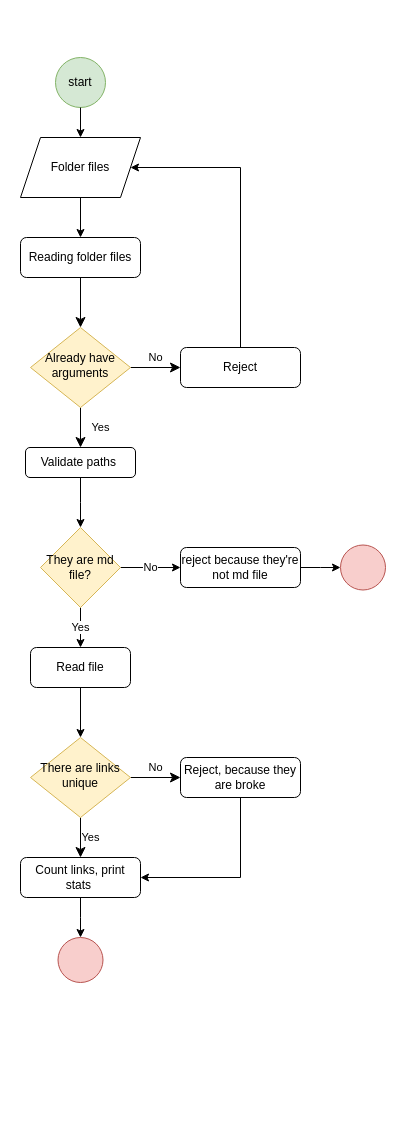
This is Untitled Diagram.drawio from Malejandraib/bog001-md-links, a draw.io file, before an edit. Source tidied: cells renumbered, new cells numbered last; positions are measured from the earlier drawing's top-left corner, leaving out a move shared by most shapes. Both pictures are drawn from the tidied source at 100%, with x=0, y=0 at pixel (20, 57).
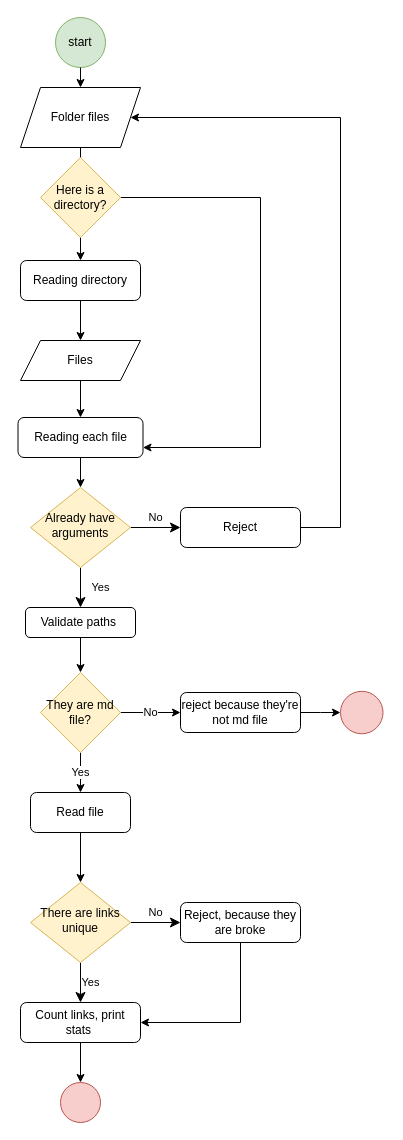
Above is the later version.

What changed in the source:
```diff
@@
-    <mxCell id="2" style="rounded=0;html=1;jettySize=auto;fontSize=11;endArrow=classic;endFill=1;endSize=8;strokeWidth=1;shadow=0;labelBackgroundColor=none;edgeStyle=orthogonalEdgeStyle;" parent="1" edge="1" source="3" target="6">
-      <mxGeometry relative="1" as="geometry" />
-    </mxCell>
+    <mxCell id="31" style="edgeStyle=orthogonalEdgeStyle;rounded=0;jettySize=auto;html=1;endArrow=classic;endFill=1;entryX=0.5;entryY=0;entryDx=0;entryDy=0;" parent="1" edge="1" source="3" target="34">
+      <mxGeometry relative="1" as="geometry" />
+    </mxCell>
-    <mxCell id="3" value="Reading folder files" style="rounded=1;whiteSpace=wrap;html=1;fontSize=12;glass=0;strokeWidth=1;shadow=0;" parent="1" vertex="1">
-      <mxGeometry y="180" width="120" height="40" as="geometry" />
+    <mxCell id="3" value="Reading directory" style="rounded=1;whiteSpace=wrap;html=1;fontSize=12;glass=0;strokeWidth=1;shadow=0;" parent="1" vertex="1">
+      <mxGeometry y="203" width="120" height="40" as="geometry" />
     </mxCell>
@@
     <mxCell id="6" value="Already have arguments" style="rhombus;whiteSpace=wrap;html=1;shadow=0;fontFamily=Helvetica;fontSize=12;align=center;strokeWidth=1;spacing=6;spacingTop=-4;fillColor=#fff2cc;strokeColor=#d6b656;" parent="1" vertex="1">
-      <mxGeometry x="10" y="270" width="100" height="80" as="geometry" />
+      <mxGeometry x="10" y="430" width="100" height="80" as="geometry" />
     </mxCell>
     <mxCell id="7" style="edgeStyle=orthogonalEdgeStyle;rounded=0;jettySize=auto;html=1;entryX=1;entryY=0.5;entryDx=0;entryDy=0;" parent="1" edge="1" source="8" target="27">
       <mxGeometry relative="1" as="geometry">
         <Array as="points">
-          <mxPoint x="220" y="110" />
+          <mxPoint x="320" y="470" />
+          <mxPoint x="320" y="60" />
         </Array>
       </mxGeometry>
     </mxCell>
     <mxCell id="8" value="Reject" style="rounded=1;whiteSpace=wrap;html=1;fontSize=12;glass=0;strokeWidth=1;shadow=0;" parent="1" vertex="1">
-      <mxGeometry x="160" y="290" width="120" height="40" as="geometry" />
+      <mxGeometry x="160" y="450" width="120" height="40" as="geometry" />
     </mxCell>
@@
     <mxCell id="11" value="There are links unique" style="rhombus;whiteSpace=wrap;html=1;shadow=0;fontFamily=Helvetica;fontSize=12;align=center;strokeWidth=1;spacing=6;spacingTop=-4;fillColor=#fff2cc;strokeColor=#d6b656;" parent="1" vertex="1">
-      <mxGeometry x="10" y="680" width="100" height="80" as="geometry" />
+      <mxGeometry x="10" y="825" width="100" height="80" as="geometry" />
     </mxCell>
-    <mxCell id="12" style="edgeStyle=orthogonalEdgeStyle;rounded=0;jettySize=auto;html=1;" parent="1" edge="1" source="13">
-      <mxGeometry relative="1" as="geometry">
-        <mxPoint x="60" y="880" as="targetPoint" />
-      </mxGeometry>
-    </mxCell>
     <mxCell id="13" value="Count links, print stats&amp;nbsp;" style="rounded=1;whiteSpace=wrap;html=1;fontSize=12;glass=0;strokeWidth=1;shadow=0;" parent="1" vertex="1">
-      <mxGeometry y="800" width="120" height="40" as="geometry" />
+      <mxGeometry y="945" width="120" height="40" as="geometry" />
     </mxCell>
     <mxCell id="14" style="edgeStyle=orthogonalEdgeStyle;rounded=0;jettySize=auto;html=1;entryX=1;entryY=0.5;entryDx=0;entryDy=0;" parent="1" edge="1" source="15" target="13">
       <mxGeometry relative="1" as="geometry">
         <Array as="points">
-          <mxPoint x="220" y="820" />
+          <mxPoint x="220" y="965" />
         </Array>
       </mxGeometry>
     </mxCell>
     <mxCell id="15" value="Reject, because they are broke" style="rounded=1;whiteSpace=wrap;html=1;fontSize=12;glass=0;strokeWidth=1;shadow=0;" parent="1" vertex="1">
-      <mxGeometry x="160" y="700" width="120" height="40" as="geometry" />
+      <mxGeometry x="160" y="845" width="120" height="40" as="geometry" />
     </mxCell>
-    <mxCell id="16" style="edgeStyle=orthogonalEdgeStyle;rounded=0;jettySize=auto;html=1;" parent="1" edge="1" source="17">
-      <mxGeometry relative="1" as="geometry">
-        <mxPoint x="60" y="470" as="targetPoint" />
-      </mxGeometry>
+    <mxCell id="16" style="edgeStyle=orthogonalEdgeStyle;rounded=0;jettySize=auto;html=1;entryX=0.5;entryY=0;entryDx=0;entryDy=0;" parent="1" edge="1" source="17" target="20">
+      <mxGeometry relative="1" as="geometry" />
     </mxCell>
     <mxCell id="17" value="Validate paths&amp;nbsp;" style="rounded=1;whiteSpace=wrap;html=1;" parent="1" vertex="1">
-      <mxGeometry x="5" y="390" width="110" height="30" as="geometry" />
+      <mxGeometry x="5" y="550" width="110" height="30" as="geometry" />
     </mxCell>
@@
-    <mxCell id="19" value="No" style="edgeStyle=orthogonalEdgeStyle;rounded=0;jettySize=auto;html=1;" parent="1" edge="1" source="20">
-      <mxGeometry relative="1" as="geometry">
-        <mxPoint x="160" y="510" as="targetPoint" />
-      </mxGeometry>
+    <mxCell id="19" value="No" style="edgeStyle=orthogonalEdgeStyle;rounded=0;jettySize=auto;html=1;entryX=0;entryY=0.5;entryDx=0;entryDy=0;" parent="1" edge="1" source="20" target="24">
+      <mxGeometry relative="1" as="geometry" />
     </mxCell>
     <mxCell id="20" value="They are md file?" style="rhombus;whiteSpace=wrap;html=1;fillColor=#fff2cc;strokeColor=#d6b656;" parent="1" vertex="1">
-      <mxGeometry x="20" y="470" width="80" height="80" as="geometry" />
+      <mxGeometry x="20" y="615" width="80" height="80" as="geometry" />
     </mxCell>
@@
     <mxCell id="22" value="Read file" style="rounded=1;whiteSpace=wrap;html=1;" parent="1" vertex="1">
-      <mxGeometry x="10" y="590" width="100" height="40" as="geometry" />
+      <mxGeometry x="10" y="735" width="100" height="40" as="geometry" />
     </mxCell>
-    <mxCell id="23" style="edgeStyle=orthogonalEdgeStyle;rounded=0;jettySize=auto;html=1;" parent="1" edge="1" source="24">
-      <mxGeometry relative="1" as="geometry">
-        <mxPoint x="320" y="510" as="targetPoint" />
-      </mxGeometry>
+    <mxCell id="23" style="edgeStyle=orthogonalEdgeStyle;rounded=0;jettySize=auto;html=1;entryX=0;entryY=0.5;entryDx=0;entryDy=0;" parent="1" edge="1" source="24" target="29">
+      <mxGeometry relative="1" as="geometry" />
     </mxCell>
     <mxCell id="24" value="reject because they're not md file" style="rounded=1;whiteSpace=wrap;html=1;" parent="1" vertex="1">
-      <mxGeometry x="160" y="490" width="120" height="40" as="geometry" />
+      <mxGeometry x="160" y="635" width="120" height="40" as="geometry" />
     </mxCell>
     <mxCell id="25" value="start" style="ellipse;whiteSpace=wrap;html=1;rounded=1;shadow=0;strokeWidth=1;glass=0;fillColor=#d5e8d4;strokeColor=#82b366;" parent="1" vertex="1">
-      <mxGeometry x="35" width="50" height="50" as="geometry" />
+      <mxGeometry x="35" y="-40" width="50" height="50" as="geometry" />
     </mxCell>
@@
     <mxCell id="27" value="Folder files" style="shape=parallelogram;perimeter=parallelogramPerimeter;whiteSpace=wrap;html=1;fixedSize=1;" parent="1" vertex="1">
-      <mxGeometry y="80" width="120" height="60" as="geometry" />
+      <mxGeometry y="30" width="120" height="60" as="geometry" />
     </mxCell>
@@
     <mxCell id="29" style="ellipse;whiteSpace=wrap;html=1;fillColor=#f8cecc;strokeColor=#b85450;" parent="1" vertex="1">
-      <mxGeometry x="320" y="487.5" width="45" height="45" as="geometry" />
+      <mxGeometry x="320" y="633.8" width="42.5" height="42.5" as="geometry" />
     </mxCell>
     <mxCell id="30" style="ellipse;whiteSpace=wrap;html=1;fillColor=#f8cecc;strokeColor=#b85450;" parent="1" vertex="1">
-      <mxGeometry x="37.5" y="880" width="45" height="45" as="geometry" />
+      <mxGeometry x="40" y="1025" width="40" height="40" as="geometry" />
     </mxCell>
+    <mxCell id="32" style="edgeStyle=orthogonalEdgeStyle;rounded=0;jettySize=auto;html=1;endArrow=classic;endFill=1;entryX=1;entryY=0.75;entryDx=0;entryDy=0;" parent="1" edge="1" source="33" target="36">
+      <mxGeometry relative="1" as="geometry">
+        <Array as="points">
+          <mxPoint x="240" y="140" />
+          <mxPoint x="240" y="390" />
+        </Array>
+      </mxGeometry>
+    </mxCell>
+    <mxCell id="33" value="Here is a directory?" style="rhombus;whiteSpace=wrap;html=1;fillColor=#fff2cc;strokeColor=#d6b656;" parent="1" vertex="1">
+      <mxGeometry x="20" y="100" width="80" height="80" as="geometry" />
+    </mxCell>
+    <mxCell id="34" value="Files" style="shape=parallelogram;perimeter=parallelogramPerimeter;whiteSpace=wrap;html=1;fixedSize=1;" parent="1" vertex="1">
+      <mxGeometry y="283" width="120" height="40" as="geometry" />
+    </mxCell>
+    <mxCell id="35" style="edgeStyle=orthogonalEdgeStyle;rounded=0;jettySize=auto;html=1;endArrow=classic;endFill=1;" parent="1" edge="1" source="36" target="6">
+      <mxGeometry relative="1" as="geometry" />
+    </mxCell>
+    <mxCell id="36" value="Reading each file" style="rounded=1;whiteSpace=wrap;html=1;" parent="1" vertex="1">
+      <mxGeometry x="-2.5" y="360" width="125" height="40" as="geometry" />
+    </mxCell>
+    <mxCell id="37" style="endArrow=classic;html=1;exitX=0.5;exitY=1;exitDx=0;exitDy=0;entryX=0.5;entryY=0;entryDx=0;entryDy=0;" parent="1" edge="1" source="13" target="30">
+      <mxGeometry relative="1" as="geometry" />
+    </mxCell>
+    <mxCell id="38" style="endArrow=classic;html=1;exitX=0.5;exitY=1;exitDx=0;exitDy=0;entryX=0.5;entryY=0;entryDx=0;entryDy=0;" parent="1" edge="1" source="34" target="36">
+      <mxGeometry relative="1" as="geometry" />
+    </mxCell>
```
